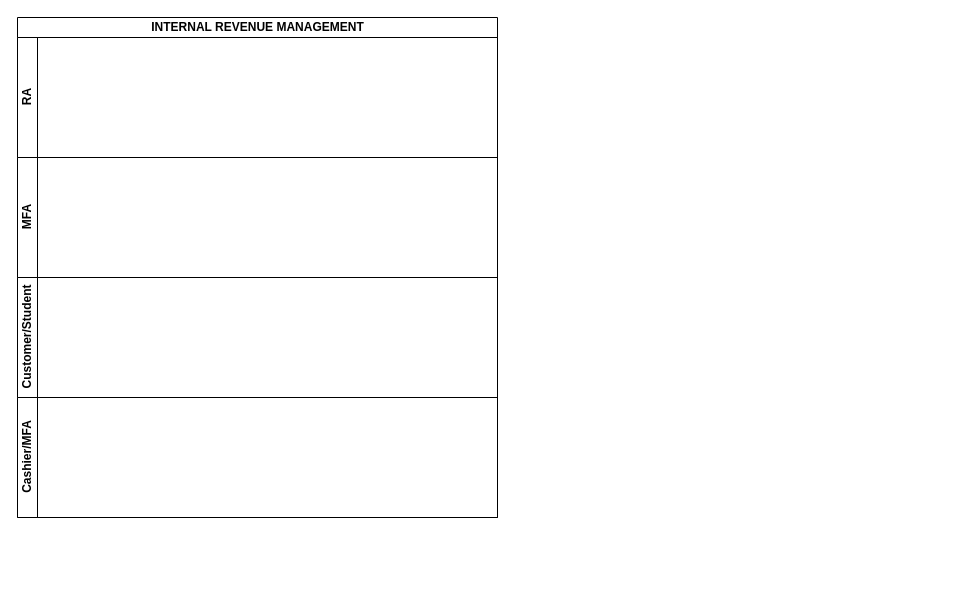
kmagua/flowcharts keeps this draw.io diagram as LC-FIN-INTERNAL REVENUE MANAGEMENT PROCESS.drawio. Above is the earlier version. Source tidied: cells renumbered, new cells numbered last; positions are measured from the earlier drawing's top-left corner, leaving out a move shared by most shapes. Both pictures are drawn from the tidied source at 100%, with x=0, y=0 at pixel (17, 17).
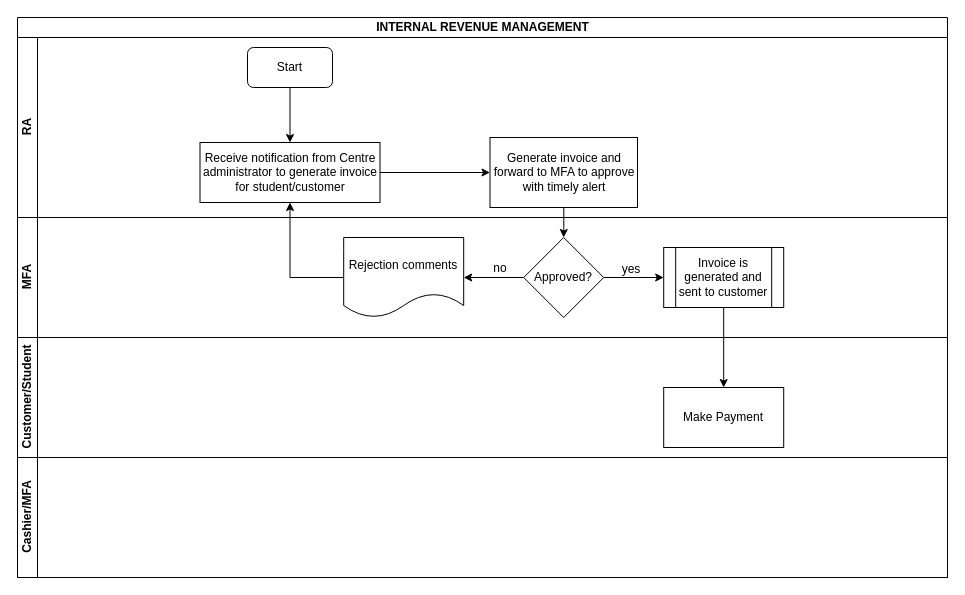
The same page after the edit.

Diff of the diagram source:
```diff
@@
     <mxCell id="2" value="INTERNAL REVENUE MANAGEMENT" style="swimlane;html=1;horizontal=1;startSize=20;" parent="1" vertex="1">
-      <mxGeometry width="480" height="500" as="geometry" />
+      <mxGeometry width="930" height="560" as="geometry" />
     </mxCell>
     <mxCell id="3" value="RA" style="swimlane;html=1;startSize=20;horizontal=0;" parent="2" vertex="1">
-      <mxGeometry y="20" width="480" height="120" as="geometry" />
+      <mxGeometry y="20" width="930" height="180" as="geometry" />
     </mxCell>
+    <mxCell id="7" value="Start" style="rounded=1;whiteSpace=wrap;html=1;" parent="3" vertex="1">
+      <mxGeometry x="230" y="10" width="85" height="40" as="geometry" />
+    </mxCell>
+    <mxCell id="8" value="Receive notification from Centre administrator to generate invoice for student/customer" style="rounded=0;whiteSpace=wrap;html=1;" parent="3" vertex="1">
+      <mxGeometry x="182.5" y="105" width="180" height="60" as="geometry" />
+    </mxCell>
+    <mxCell id="9" style="edgeStyle=orthogonalEdgeStyle;rounded=0;jettySize=auto;html=1;" parent="3" edge="1" source="7" target="8">
+      <mxGeometry relative="1" as="geometry" />
+    </mxCell>
     <mxCell id="4" value="MFA" style="swimlane;html=1;startSize=20;horizontal=0;" parent="2" vertex="1">
-      <mxGeometry y="140" width="480" height="120" as="geometry" />
+      <mxGeometry y="200" width="930" height="120" as="geometry" />
     </mxCell>
+    <mxCell id="10" value="Approved?" style="rhombus;whiteSpace=wrap;html=1;rounded=0;" parent="4" vertex="1">
+      <mxGeometry x="506.2" y="20" width="80" height="80" as="geometry" />
+    </mxCell>
+    <mxCell id="11" value="no" style="text;html=1;strokeColor=none;fillColor=none;align=center;verticalAlign=middle;whiteSpace=wrap;rounded=0;" parent="4" vertex="1">
+      <mxGeometry x="463.2" y="41" width="40" height="20" as="geometry" />
+    </mxCell>
     <mxCell id="5" value="Customer/Student" style="swimlane;html=1;startSize=20;horizontal=0;" parent="2" vertex="1">
-      <mxGeometry y="260" width="480" height="120" as="geometry" />
+      <mxGeometry y="320" width="930" height="120" as="geometry" />
     </mxCell>
     <mxCell id="6" value="Cashier/MFA" style="swimlane;html=1;startSize=20;horizontal=0;" parent="2" vertex="1">
-      <mxGeometry y="380" width="480" height="120" as="geometry" />
+      <mxGeometry y="440" width="930" height="120" as="geometry" />
     </mxCell>
+    <mxCell id="12" style="edgeStyle=orthogonalEdgeStyle;rounded=0;jettySize=auto;html=1;" parent="1" edge="1" source="13" target="10">
+      <mxGeometry relative="1" as="geometry" />
+    </mxCell>
+    <mxCell id="13" value="Generate invoice and forward to MFA to approve with timely alert" style="whiteSpace=wrap;html=1;rounded=0;" parent="1" vertex="1">
+      <mxGeometry x="472.5" y="120" width="147.5" height="70" as="geometry" />
+    </mxCell>
+    <mxCell id="14" style="edgeStyle=orthogonalEdgeStyle;rounded=0;jettySize=auto;html=1;" parent="1" edge="1" source="8" target="13">
+      <mxGeometry relative="1" as="geometry" />
+    </mxCell>
+    <mxCell id="15" style="edgeStyle=orthogonalEdgeStyle;rounded=0;jettySize=auto;html=1;entryX=0.5;entryY=1;entryDx=0;entryDy=0;exitX=0;exitY=0.5;exitDx=0;exitDy=0;" parent="1" edge="1" source="16" target="8">
+      <mxGeometry relative="1" as="geometry" />
+    </mxCell>
+    <mxCell id="16" value="Rejection comments" style="shape=document;whiteSpace=wrap;html=1;boundedLbl=1;rounded=0;" parent="1" vertex="1">
+      <mxGeometry x="326.2" y="220" width="120" height="80" as="geometry" />
+    </mxCell>
+    <mxCell id="17" style="edgeStyle=orthogonalEdgeStyle;rounded=0;jettySize=auto;html=1;" parent="1" edge="1" source="10" target="16">
+      <mxGeometry relative="1" as="geometry" />
+    </mxCell>
+    <mxCell id="18" style="edgeStyle=orthogonalEdgeStyle;rounded=0;jettySize=auto;html=1;" parent="1" edge="1" source="19" target="21">
+      <mxGeometry relative="1" as="geometry" />
+    </mxCell>
+    <mxCell id="19" value="Invoice is generated and sent to customer" style="shape=process;whiteSpace=wrap;html=1;backgroundOutline=1;rounded=0;" parent="1" vertex="1">
+      <mxGeometry x="646.2" y="230" width="120" height="60" as="geometry" />
+    </mxCell>
+    <mxCell id="20" style="edgeStyle=orthogonalEdgeStyle;rounded=0;jettySize=auto;html=1;" parent="1" edge="1" source="10" target="19">
+      <mxGeometry relative="1" as="geometry" />
+    </mxCell>
+    <mxCell id="21" value="Make Payment" style="whiteSpace=wrap;html=1;rounded=0;" parent="1" vertex="1">
+      <mxGeometry x="646.2" y="370" width="120" height="60" as="geometry" />
+    </mxCell>
+    <mxCell id="22" value="yes" style="text;html=1;strokeColor=none;fillColor=none;align=center;verticalAlign=middle;whiteSpace=wrap;rounded=0;" parent="1" vertex="1">
+      <mxGeometry x="594" y="242" width="40" height="20" as="geometry" />
+    </mxCell>
```
